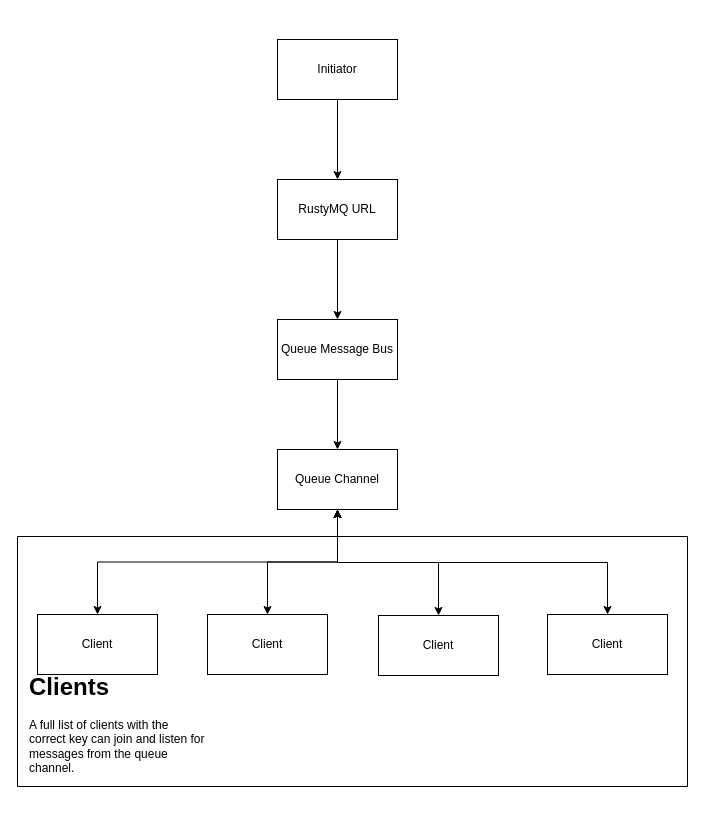
Earlier version of the draw.io diagram asset/RustyMQDiagrams.drawio (arielayb/golang-rust-message-bus). Source tidied: cells renumbered, new cells numbered last; positions are measured from the earlier drawing's top-left corner, leaving out a move shared by most shapes. Both pictures are drawn from the tidied source at 100%, with x=0, y=0 at pixel (17, 39).
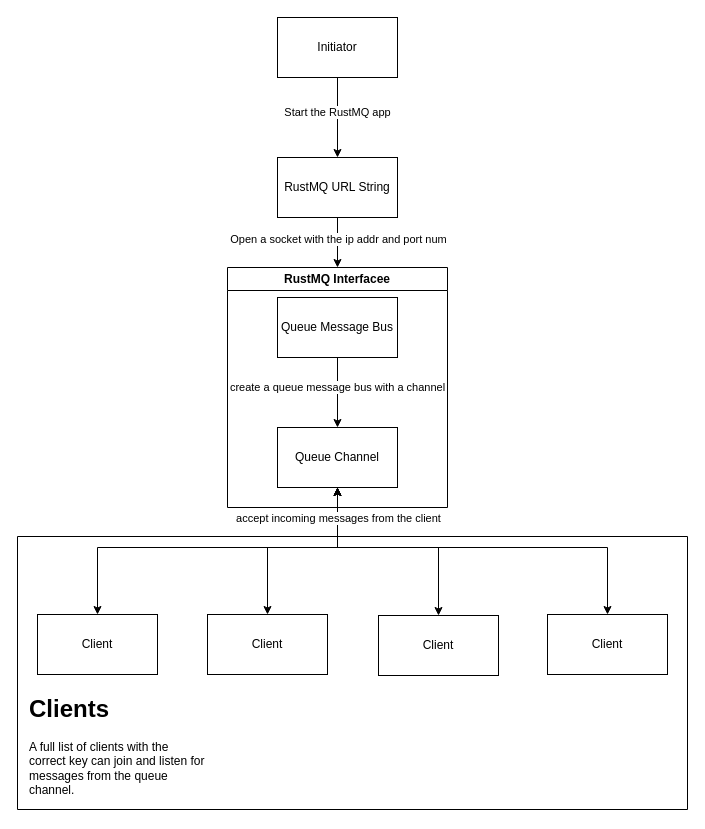
The same page after the edit.

Unchanged cells that the change refers to:
```xml
<mxCell id="4" style="edgeStyle=orthogonalEdgeStyle;rounded=0;jettySize=auto;html=1;exitX=0.5;exitY=1;exitDx=0;exitDy=0;entryX=0.5;entryY=0;entryDx=0;entryDy=0;" parent="1" edge="1" source="5" target="8">
  <mxGeometry relative="1" as="geometry" />
</mxCell>
<mxCell id="6" value="Client" style="rounded=0;whiteSpace=wrap;html=1;" parent="1" vertex="1">
  <mxGeometry x="20" y="575" width="120" height="60" as="geometry" />
</mxCell>
<mxCell id="9" style="edgeStyle=orthogonalEdgeStyle;rounded=0;jettySize=auto;html=1;exitX=0.5;exitY=1;exitDx=0;exitDy=0;entryX=0.5;entryY=0;entryDx=0;entryDy=0;" parent="1" edge="1" source="10" target="3">
  <mxGeometry relative="1" as="geometry" />
</mxCell>
<mxCell id="12" value="Client" style="rounded=0;whiteSpace=wrap;html=1;" parent="1" vertex="1">
  <mxGeometry x="190" y="575" width="120" height="60" as="geometry" />
</mxCell>
<mxCell id="14" value="Client" style="rounded=0;whiteSpace=wrap;html=1;" parent="1" vertex="1">
  <mxGeometry x="361" y="576" width="120" height="60" as="geometry" />
</mxCell>
<mxCell id="16" value="Client" style="rounded=0;whiteSpace=wrap;html=1;" parent="1" vertex="1">
  <mxGeometry x="530" y="575" width="120" height="60" as="geometry" />
</mxCell>
```

Diff of the diagram source:
```diff
@@
-    <mxCell id="2" style="edgeStyle=orthogonalEdgeStyle;rounded=0;jettySize=auto;html=1;exitX=0.5;exitY=1;exitDx=0;exitDy=0;entryX=0.5;entryY=0;entryDx=0;entryDy=0;startArrow=none;startFill=0;" parent="1" edge="1" source="3" target="5">
+    <mxCell id="2" style="edgeStyle=orthogonalEdgeStyle;rounded=0;jettySize=auto;html=1;exitX=0.5;exitY=1;exitDx=0;exitDy=0;entryX=0.5;entryY=0;entryDx=0;entryDy=0;startArrow=none;startFill=0;" parent="1" edge="1" source="3" target="23">
       <mxGeometry relative="1" as="geometry" />
     </mxCell>
+    <mxCell id="19" value="Open a socket with the ip addr and port num" style="edgeLabel;html=1;align=center;verticalAlign=middle;" parent="2" vertex="1">
+      <mxGeometry x="-0.15" y="-4" relative="1" as="geometry">
+        <mxPoint x="4" as="offset" />
+      </mxGeometry>
+    </mxCell>
-    <mxCell id="3" value="RustyMQ URL" style="rounded=0;whiteSpace=wrap;html=1;" parent="1" vertex="1">
-      <mxGeometry x="260" y="140" width="120" height="60" as="geometry" />
+    <mxCell id="3" value="RustMQ URL String" style="rounded=0;whiteSpace=wrap;html=1;" parent="1" vertex="1">
+      <mxGeometry x="260" y="118" width="120" height="60" as="geometry" />
     </mxCell>
@@
+    <mxCell id="20" value="create a queue message bus with a channel" style="edgeLabel;html=1;align=center;verticalAlign=middle;" parent="4" vertex="1">
+      <mxGeometry x="-0.16" y="-1" relative="1" as="geometry" />
+    </mxCell>
     <mxCell id="5" value="Queue Message Bus" style="rounded=0;whiteSpace=wrap;html=1;" parent="1" vertex="1">
-      <mxGeometry x="260" y="280" width="120" height="60" as="geometry" />
+      <mxGeometry x="260" y="258" width="120" height="60" as="geometry" />
     </mxCell>
@@
     <mxCell id="7" style="edgeStyle=orthogonalEdgeStyle;rounded=0;jettySize=auto;html=1;exitX=0.5;exitY=1;exitDx=0;exitDy=0;entryX=0.5;entryY=0;entryDx=0;entryDy=0;startArrow=classic;startFill=1;" parent="1" edge="1" source="8" target="6">
-      <mxGeometry relative="1" as="geometry" />
+      <mxGeometry relative="1" as="geometry">
+        <Array as="points">
+          <mxPoint x="320" y="508" />
+          <mxPoint x="80" y="508" />
+        </Array>
+      </mxGeometry>
     </mxCell>
     <mxCell id="8" value="Queue Channel" style="rounded=0;whiteSpace=wrap;html=1;" parent="1" vertex="1">
-      <mxGeometry x="260" y="410" width="120" height="60" as="geometry" />
+      <mxGeometry x="260" y="388" width="120" height="60" as="geometry" />
     </mxCell>
@@
+    <mxCell id="21" value="Start the RustMQ app" style="edgeLabel;html=1;align=center;verticalAlign=middle;" parent="9" vertex="1">
+      <mxGeometry x="-0.15" y="-1" relative="1" as="geometry" />
+    </mxCell>
     <mxCell id="10" value="Initiator" style="rounded=0;whiteSpace=wrap;html=1;" parent="1" vertex="1">
-      <mxGeometry x="260" width="120" height="60" as="geometry" />
+      <mxGeometry x="260" y="-22" width="120" height="60" as="geometry" />
     </mxCell>
     <mxCell id="11" style="edgeStyle=orthogonalEdgeStyle;rounded=0;jettySize=auto;html=1;exitX=0.5;exitY=0;exitDx=0;exitDy=0;entryX=0.5;entryY=1;entryDx=0;entryDy=0;startArrow=classic;startFill=1;" parent="1" edge="1" source="12" target="8">
-      <mxGeometry relative="1" as="geometry" />
+      <mxGeometry relative="1" as="geometry">
+        <Array as="points">
+          <mxPoint x="250" y="508" />
+          <mxPoint x="320" y="508" />
+        </Array>
+      </mxGeometry>
     </mxCell>
@@
     <mxCell id="13" style="edgeStyle=orthogonalEdgeStyle;rounded=0;jettySize=auto;html=1;exitX=0.5;exitY=0;exitDx=0;exitDy=0;startArrow=classic;startFill=1;entryX=0.5;entryY=1;entryDx=0;entryDy=0;" parent="1" edge="1" source="14" target="8">
-      <mxGeometry relative="1" as="geometry" />
+      <mxGeometry relative="1" as="geometry">
+        <Array as="points">
+          <mxPoint x="421" y="508" />
+          <mxPoint x="320" y="508" />
+        </Array>
+      </mxGeometry>
     </mxCell>
@@
-    <mxCell id="15" style="edgeStyle=orthogonalEdgeStyle;rounded=0;jettySize=auto;html=1;exitX=0.5;exitY=0;exitDx=0;exitDy=0;entryX=0.5;entryY=1;entryDx=0;entryDy=0;startArrow=classic;startFill=1;" parent="1" edge="1" source="16" target="8">
+    <mxCell id="15" style="edgeStyle=orthogonalEdgeStyle;rounded=0;jettySize=auto;html=1;exitX=0.5;exitY=0;exitDx=0;exitDy=0;startArrow=classic;startFill=1;" parent="1" edge="1" source="16">
       <mxGeometry relative="1" as="geometry">
+        <mxPoint x="320" y="448" as="targetPoint" />
         <Array as="points">
-          <mxPoint x="590" y="523" />
-          <mxPoint x="320" y="523" />
+          <mxPoint x="590" y="508" />
+          <mxPoint x="320" y="508" />
         </Array>
       </mxGeometry>
     </mxCell>
+    <mxCell id="22" value="accept incoming messages from the client" style="edgeLabel;html=1;align=center;verticalAlign=middle;" parent="15" vertex="1">
+      <mxGeometry x="0.88" relative="1" as="geometry">
+        <mxPoint y="6" as="offset" />
+      </mxGeometry>
+    </mxCell>
@@
     <mxCell id="17" style="swimlane;startSize=0;" parent="1" vertex="1">
-      <mxGeometry y="497" width="670" height="250" as="geometry" />
+      <mxGeometry y="497" width="670" height="273" as="geometry" />
     </mxCell>
     <mxCell id="18" value="&lt;h1 style=&quot;margin-top: 0px;&quot;&gt;Clients&lt;br&gt;&lt;/h1&gt;&lt;div&gt;A full list of clients with the correct key can join and listen for messages from the queue channel.&lt;/div&gt;" style="text;html=1;whiteSpace=wrap;overflow=hidden;rounded=0;" parent="17" vertex="1">
-      <mxGeometry x="10" y="130" width="180" height="120" as="geometry" />
+      <mxGeometry x="10" y="152" width="180" height="120" as="geometry" />
     </mxCell>
+    <mxCell id="23" value="RustMQ Interfacee" style="swimlane;whiteSpace=wrap;html=1;" parent="1" vertex="1">
+      <mxGeometry x="210" y="228" width="220" height="240" as="geometry" />
+    </mxCell>
```
